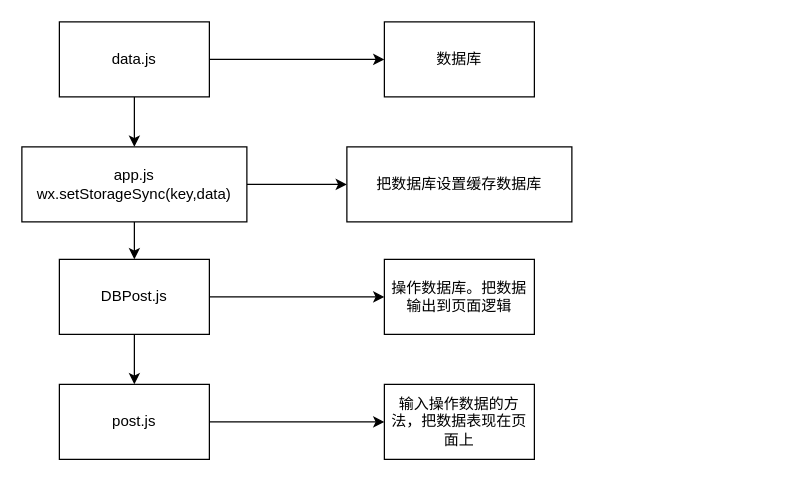
This is 小程序/数据库数据传递图.drawio from MoNaiZi/draw.io, a draw.io file, before an edit. Source tidied: cells renumbered, new cells numbered last; positions are measured from the earlier drawing's top-left corner, leaving out a move shared by most shapes. Both pictures are drawn from the tidied source at 125%, with x=0, y=0 at pixel (21, 21).
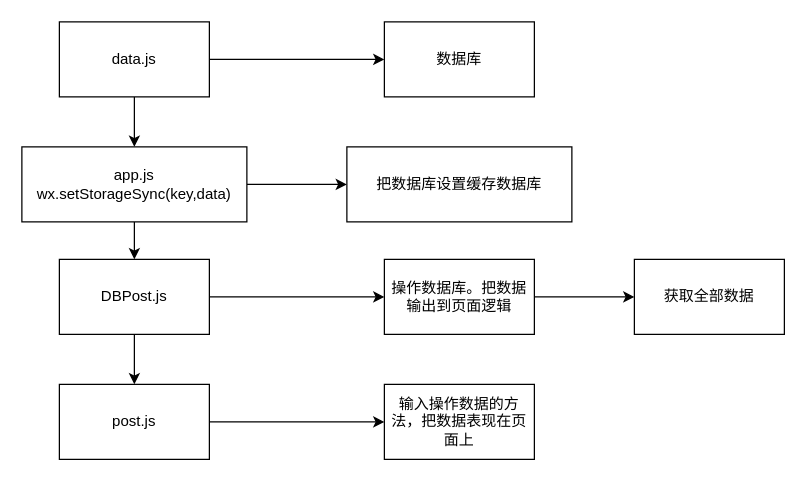
Above is the later version.

Commit message:
更新数据库数据传递图.drawio

What changed in the source:
```diff
@@
 <mxGraphModel>
   <root>
     <mxCell id="0" />
     <mxCell id="1" parent="0" />
     <mxCell id="2" style="edgeStyle=orthogonalEdgeStyle;rounded=0;jettySize=auto;html=1;" parent="1" edge="1" source="4" target="15">
       <mxGeometry relative="1" as="geometry" />
     </mxCell>
     <mxCell id="3" style="edgeStyle=orthogonalEdgeStyle;rounded=0;jettySize=auto;html=1;" parent="1" edge="1" source="4" target="5">
       <mxGeometry relative="1" as="geometry" />
     </mxCell>
     <mxCell id="4" value="data.js&lt;br&gt;" style="rounded=0;whiteSpace=wrap;html=1;" parent="1" vertex="1">
       <mxGeometry x="30" width="120" height="60" as="geometry" />
     </mxCell>
     <mxCell id="5" value="数据库" style="rounded=0;whiteSpace=wrap;html=1;" parent="1" vertex="1">
       <mxGeometry x="290" width="120" height="60" as="geometry" />
     </mxCell>
     <mxCell id="6" style="edgeStyle=orthogonalEdgeStyle;rounded=0;jettySize=auto;html=1;" parent="1" edge="1" source="8" target="11">
       <mxGeometry relative="1" as="geometry" />
     </mxCell>
     <mxCell id="7" style="edgeStyle=orthogonalEdgeStyle;rounded=0;jettySize=auto;html=1;" parent="1" edge="1" source="8" target="9">
       <mxGeometry relative="1" as="geometry" />
     </mxCell>
     <mxCell id="8" value="DBPost.js" style="rounded=0;whiteSpace=wrap;html=1;" parent="1" vertex="1">
       <mxGeometry x="30" y="190" width="120" height="60" as="geometry" />
     </mxCell>
+    <mxCell id="17" style="edgeStyle=orthogonalEdgeStyle;rounded=0;jettySize=auto;html=1;" parent="1" edge="1" source="9" target="18">
+      <mxGeometry relative="1" as="geometry" />
+    </mxCell>
     <mxCell id="9" value="操作数据库。把数据输出到页面逻辑" style="rounded=0;whiteSpace=wrap;html=1;" parent="1" vertex="1">
       <mxGeometry x="290" y="190" width="120" height="60" as="geometry" />
     </mxCell>
+    <mxCell id="18" value="获取全部数据" style="rounded=0;whiteSpace=wrap;html=1;" parent="1" vertex="1">
+      <mxGeometry x="490" y="190" width="120" height="60" as="geometry" />
+    </mxCell>
     <mxCell id="10" style="edgeStyle=orthogonalEdgeStyle;rounded=0;jettySize=auto;html=1;" parent="1" edge="1" source="11" target="12">
       <mxGeometry relative="1" as="geometry" />
     </mxCell>
     <mxCell id="11" value="post.js" style="rounded=0;whiteSpace=wrap;html=1;" parent="1" vertex="1">
       <mxGeometry x="30" y="290" width="120" height="60" as="geometry" />
     </mxCell>
     <mxCell id="12" value="输入操作数据的方法，把数据表现在页面上" style="rounded=0;whiteSpace=wrap;html=1;" parent="1" vertex="1">
       <mxGeometry x="290" y="290" width="120" height="60" as="geometry" />
     </mxCell>
     <mxCell id="13" style="edgeStyle=orthogonalEdgeStyle;rounded=0;jettySize=auto;html=1;" parent="1" edge="1" source="15" target="8">
       <mxGeometry relative="1" as="geometry" />
     </mxCell>
     <mxCell id="14" style="edgeStyle=orthogonalEdgeStyle;rounded=0;jettySize=auto;html=1;" parent="1" edge="1" source="15" target="16">
       <mxGeometry relative="1" as="geometry" />
     </mxCell>
     <mxCell id="15" value="app.js&lt;br&gt;wx.setStorageSync(key,data)&lt;br&gt;" style="rounded=0;whiteSpace=wrap;html=1;" parent="1" vertex="1">
       <mxGeometry y="100" width="180" height="60" as="geometry" />
     </mxCell>
     <mxCell id="16" value="把数据库设置缓存数据库" style="rounded=0;whiteSpace=wrap;html=1;" parent="1" vertex="1">
       <mxGeometry x="260" y="100" width="180" height="60" as="geometry" />
     </mxCell>
   </root>
 </mxGraphModel>
```
